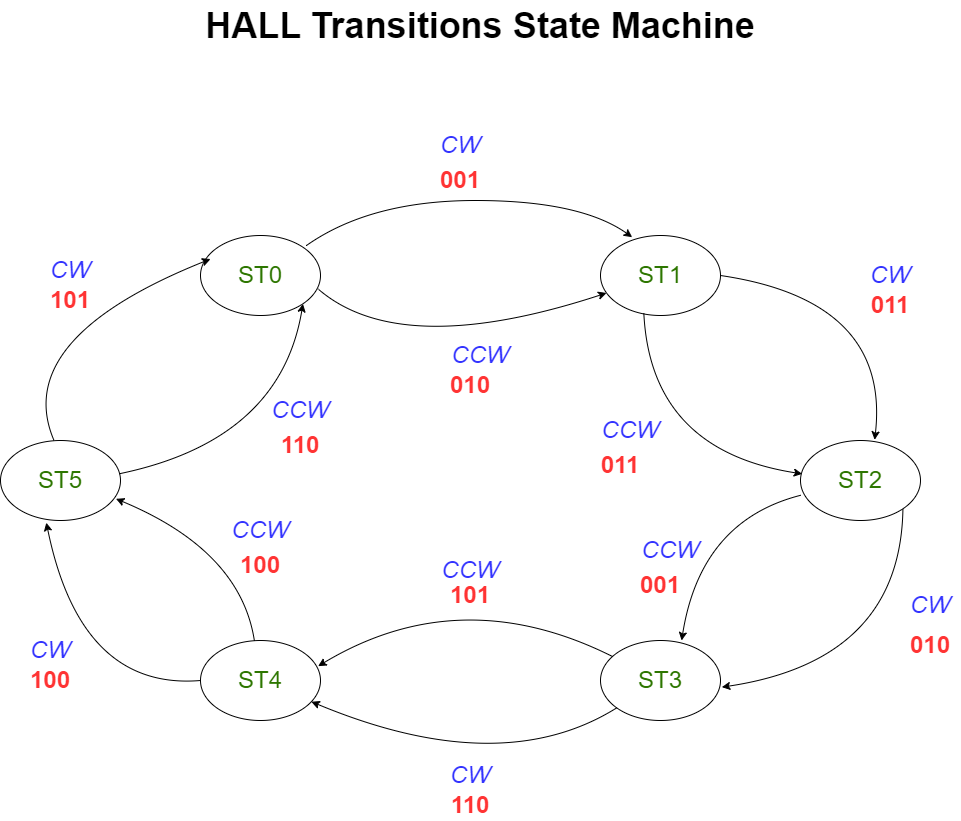
Earlier version of the draw.io export images/hall_sm_cw_ccw.png (microchip-pic-avr-examples/avr16eb32-bldc-pmsm-motor-control-demo). Source tidied: cells renumbered, new cells last; positions are measured from the earlier drawing's top-left corner, leaving out a move shared by most shapes.
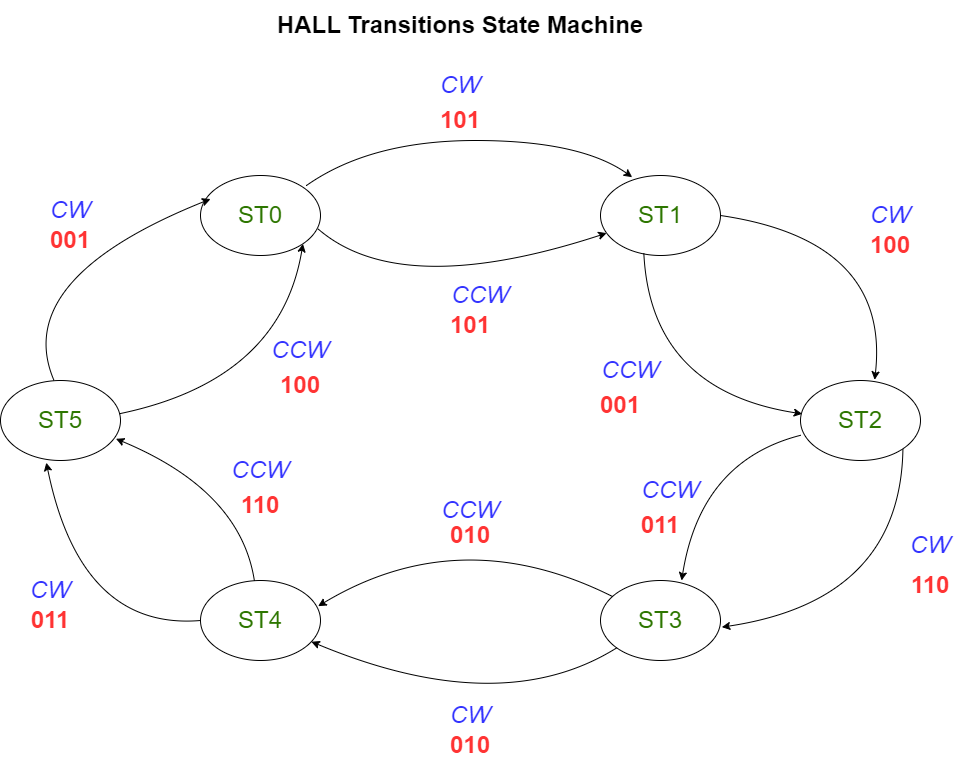
The same file after the commit.

What changed in the source:
```diff
@@ -111,44 +111,44 @@
     <mxCell id="22" value="&lt;font color=&quot;#2d7600&quot; style=&quot;font-size: 24px;&quot;&gt;ST1&lt;/font&gt;" style="text;html=1;align=center;verticalAlign=middle;whiteSpace=wrap;rounded=0;" parent="1" vertex="1">
       <mxGeometry x="630" y="260" width="60" height="30" as="geometry" />
     </mxCell>
-    <mxCell id="23" value="&lt;font color=&quot;#ff3333&quot; style=&quot;font-size: 24px;&quot;&gt;&lt;b&gt;001&lt;/b&gt;&lt;/font&gt;" style="text;html=1;align=center;verticalAlign=middle;whiteSpace=wrap;rounded=0;" parent="1" vertex="1">
+    <mxCell id="23" value="&lt;font color=&quot;#ff3333&quot; style=&quot;font-size: 24px;&quot;&gt;&lt;b&gt;101&lt;/b&gt;&lt;/font&gt;" style="text;html=1;align=center;verticalAlign=middle;whiteSpace=wrap;rounded=0;" parent="1" vertex="1">
       <mxGeometry x="430" y="165" width="60" height="30" as="geometry" />
     </mxCell>
-    <mxCell id="24" value="&lt;font color=&quot;#ff3333&quot; style=&quot;font-size: 24px;&quot;&gt;&lt;b&gt;011&lt;/b&gt;&lt;/font&gt;" style="text;html=1;align=center;verticalAlign=middle;whiteSpace=wrap;rounded=0;" parent="1" vertex="1">
+    <mxCell id="24" value="&lt;font color=&quot;#ff3333&quot; style=&quot;font-size: 24px;&quot;&gt;&lt;b&gt;100&lt;/b&gt;&lt;/font&gt;" style="text;html=1;align=center;verticalAlign=middle;whiteSpace=wrap;rounded=0;" parent="1" vertex="1">
       <mxGeometry x="860" y="290" width="60" height="30" as="geometry" />
     </mxCell>
-    <mxCell id="25" value="&lt;font color=&quot;#ff3333&quot; style=&quot;font-size: 24px;&quot;&gt;&lt;b&gt;010&lt;/b&gt;&lt;/font&gt;" style="text;html=1;align=center;verticalAlign=middle;whiteSpace=wrap;rounded=0;" parent="1" vertex="1">
+    <mxCell id="25" value="&lt;font color=&quot;#ff3333&quot; style=&quot;font-size: 24px;&quot;&gt;&lt;b&gt;110&lt;/b&gt;&lt;/font&gt;" style="text;html=1;align=center;verticalAlign=middle;whiteSpace=wrap;rounded=0;" parent="1" vertex="1">
       <mxGeometry x="900" y="630" width="60" height="30" as="geometry" />
     </mxCell>
-    <mxCell id="26" value="&lt;font color=&quot;#ff3333&quot; style=&quot;font-size: 24px;&quot;&gt;&lt;b&gt;110&lt;/b&gt;&lt;/font&gt;" style="text;html=1;align=center;verticalAlign=middle;whiteSpace=wrap;rounded=0;" parent="1" vertex="1">
+    <mxCell id="26" value="&lt;font color=&quot;#ff3333&quot; style=&quot;font-size: 24px;&quot;&gt;&lt;b&gt;010&lt;/b&gt;&lt;/font&gt;" style="text;html=1;align=center;verticalAlign=middle;whiteSpace=wrap;rounded=0;" parent="1" vertex="1">
       <mxGeometry x="440" y="790" width="60" height="30" as="geometry" />
     </mxCell>
-    <mxCell id="27" value="&lt;font color=&quot;#ff3333&quot; style=&quot;font-size: 24px;&quot;&gt;&lt;b&gt;100&lt;/b&gt;&lt;/font&gt;" style="text;html=1;align=center;verticalAlign=middle;whiteSpace=wrap;rounded=0;" parent="1" vertex="1">
+    <mxCell id="27" value="&lt;font color=&quot;#ff3333&quot; style=&quot;font-size: 24px;&quot;&gt;&lt;b&gt;011&lt;/b&gt;&lt;/font&gt;" style="text;html=1;align=center;verticalAlign=middle;whiteSpace=wrap;rounded=0;" parent="1" vertex="1">
       <mxGeometry x="20" y="665" width="60" height="30" as="geometry" />
     </mxCell>
-    <mxCell id="28" value="&lt;font color=&quot;#ff3333&quot; style=&quot;font-size: 24px;&quot;&gt;&lt;b&gt;101&lt;/b&gt;&lt;/font&gt;" style="text;html=1;align=center;verticalAlign=middle;whiteSpace=wrap;rounded=0;" parent="1" vertex="1">
+    <mxCell id="28" value="&lt;font color=&quot;#ff3333&quot; style=&quot;font-size: 24px;&quot;&gt;&lt;b&gt;001&lt;/b&gt;&lt;/font&gt;" style="text;html=1;align=center;verticalAlign=middle;whiteSpace=wrap;rounded=0;" parent="1" vertex="1">
       <mxGeometry x="40" y="285" width="60" height="30" as="geometry" />
     </mxCell>
-    <mxCell id="29" value="&lt;font color=&quot;#ff3333&quot; style=&quot;font-size: 24px;&quot;&gt;&lt;b&gt;010&lt;/b&gt;&lt;/font&gt;" style="text;html=1;align=center;verticalAlign=middle;whiteSpace=wrap;rounded=0;" parent="1" vertex="1">
+    <mxCell id="29" value="&lt;font color=&quot;#ff3333&quot; style=&quot;font-size: 24px;&quot;&gt;&lt;b&gt;101&lt;/b&gt;&lt;/font&gt;" style="text;html=1;align=center;verticalAlign=middle;whiteSpace=wrap;rounded=0;" parent="1" vertex="1">
       <mxGeometry x="440" y="370" width="60" height="30" as="geometry" />
     </mxCell>
-    <mxCell id="30" value="&lt;font color=&quot;#ff3333&quot; style=&quot;font-size: 24px;&quot;&gt;&lt;b&gt;011&lt;/b&gt;&lt;/font&gt;" style="text;html=1;align=center;verticalAlign=middle;whiteSpace=wrap;rounded=0;" parent="1" vertex="1">
+    <mxCell id="30" value="&lt;font color=&quot;#ff3333&quot; style=&quot;font-size: 24px;&quot;&gt;&lt;b&gt;001&lt;/b&gt;&lt;/font&gt;" style="text;html=1;align=center;verticalAlign=middle;whiteSpace=wrap;rounded=0;" parent="1" vertex="1">
       <mxGeometry x="590" y="450" width="60" height="30" as="geometry" />
     </mxCell>
-    <mxCell id="31" value="&lt;font color=&quot;#ff3333&quot; style=&quot;font-size: 24px;&quot;&gt;&lt;b&gt;001&lt;/b&gt;&lt;/font&gt;" style="text;html=1;align=center;verticalAlign=middle;whiteSpace=wrap;rounded=0;" parent="1" vertex="1">
+    <mxCell id="31" value="&lt;font color=&quot;#ff3333&quot; style=&quot;font-size: 24px;&quot;&gt;&lt;b&gt;011&lt;/b&gt;&lt;/font&gt;" style="text;html=1;align=center;verticalAlign=middle;whiteSpace=wrap;rounded=0;" parent="1" vertex="1">
       <mxGeometry x="630" y="570" width="60" height="30" as="geometry" />
     </mxCell>
-    <mxCell id="32" value="&lt;font color=&quot;#ff3333&quot; style=&quot;font-size: 24px;&quot;&gt;&lt;b&gt;101&lt;/b&gt;&lt;/font&gt;" style="text;html=1;align=center;verticalAlign=middle;whiteSpace=wrap;rounded=0;" parent="1" vertex="1">
+    <mxCell id="32" value="&lt;font color=&quot;#ff3333&quot; style=&quot;font-size: 24px;&quot;&gt;&lt;b&gt;010&lt;/b&gt;&lt;/font&gt;" style="text;html=1;align=center;verticalAlign=middle;whiteSpace=wrap;rounded=0;" parent="1" vertex="1">
       <mxGeometry x="440" y="580" width="60" height="30" as="geometry" />
     </mxCell>
-    <mxCell id="33" value="&lt;font color=&quot;#ff3333&quot; style=&quot;font-size: 24px;&quot;&gt;&lt;b&gt;100&lt;/b&gt;&lt;/font&gt;" style="text;html=1;align=center;verticalAlign=middle;whiteSpace=wrap;rounded=0;" parent="1" vertex="1">
+    <mxCell id="33" value="&lt;font color=&quot;#ff3333&quot; style=&quot;font-size: 24px;&quot;&gt;&lt;b&gt;110&lt;/b&gt;&lt;/font&gt;" style="text;html=1;align=center;verticalAlign=middle;whiteSpace=wrap;rounded=0;" parent="1" vertex="1">
       <mxGeometry x="230" y="550" width="60" height="30" as="geometry" />
     </mxCell>
-    <mxCell id="34" value="&lt;font color=&quot;#ff3333&quot; style=&quot;font-size: 24px;&quot;&gt;&lt;b&gt;110&lt;/b&gt;&lt;/font&gt;" style="text;html=1;align=center;verticalAlign=middle;whiteSpace=wrap;rounded=0;" parent="1" vertex="1">
+    <mxCell id="34" value="&lt;font color=&quot;#ff3333&quot; style=&quot;font-size: 24px;&quot;&gt;&lt;b&gt;100&lt;/b&gt;&lt;/font&gt;" style="text;html=1;align=center;verticalAlign=middle;whiteSpace=wrap;rounded=0;" parent="1" vertex="1">
       <mxGeometry x="270" y="430" width="60" height="30" as="geometry" />
     </mxCell>
-    <mxCell id="35" value="&lt;font style=&quot;font-size: 36px;&quot;&gt;&lt;b style=&quot;&quot;&gt;HALL Transitions State Machine&lt;/b&gt;&lt;/font&gt;" style="text;html=1;align=center;verticalAlign=middle;whiteSpace=wrap;rounded=0;" parent="1" vertex="1">
-      <mxGeometry x="195" width="570" height="50" as="geometry" />
+    <mxCell id="35" value="&lt;font style=&quot;font-size: 24px;&quot;&gt;&lt;b style=&quot;&quot;&gt;HALL Transitions State Machine&lt;/b&gt;&lt;/font&gt;" style="text;html=1;align=center;verticalAlign=middle;whiteSpace=wrap;rounded=0;" parent="1" vertex="1">
+      <mxGeometry x="175" y="60" width="570" height="50" as="geometry" />
     </mxCell>
     <mxCell id="36" style="curved=1;endArrow=classic;html=1;rounded=0;entryX=0.264;entryY=0.021;entryDx=0;entryDy=0;entryPerimeter=0;exitX=0.883;exitY=0.125;exitDx=0;exitDy=0;exitPerimeter=0;" parent="1" edge="1" source="3" target="4">
       <mxGeometry relative="1" as="geometry">
```
